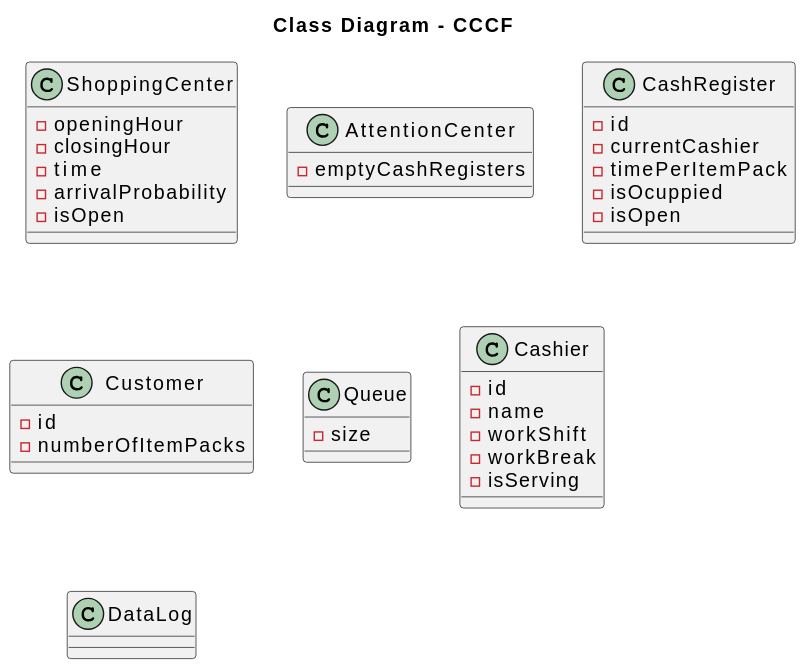
The PlantUML diagram images/modelosUML/diagramaEntidades.svg in mmasias/23-24-IdSw2-SDD, before a commit. The source it was exported from:
```plantuml
@startuml
skinparam linetype polyline

title Class Diagram - CCCF

class ShoppingCenter {
    - openingHour
    - closingHour
    - time
    - arrivalProbability
    - isOpen
}

class AttentionCenter{
    - emptyCashRegisters
}

class CashRegister {
    - id
    - currentCashier
    - timePerItemPack
    - isOcuppied
    - isOpen
}

class Customer {
    - id
    - numberOfItemPacks
}

class Queue {
    - size
}

class Cashier {
    - id
    - name
    - workShift
    - workBreak
    - isServing
}

class DataLog{

}
@enduml
```
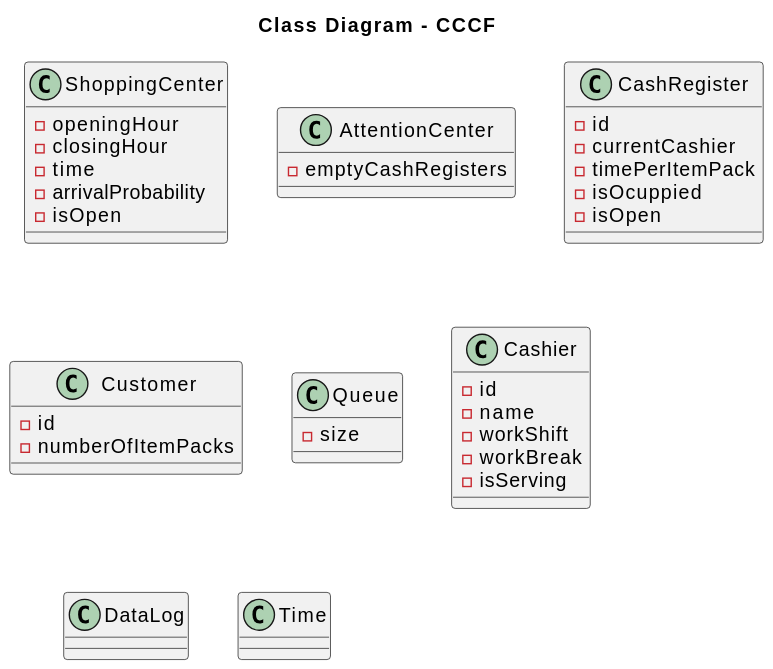
Above is the later version.

Commit message:
clase Time añadida

Diff of the diagram source:
```diff
@@ -43,4 +43,8 @@
 class DataLog{
 
 }
+
+class Time{
+
+}
 @enduml
```
